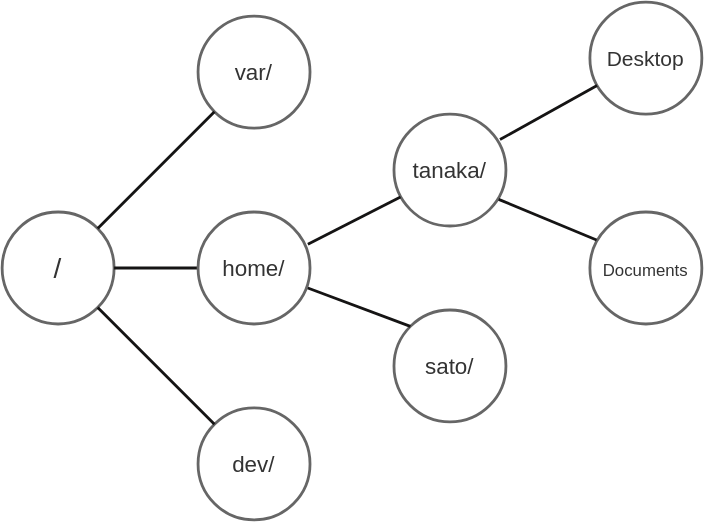
The draw.io diagram docs/3-web-servers/02-linux-commands/file-pass.drawio.svg in ut-code/utcode-learn, before a commit. Source tidied: cells renumbered, new cells last; positions are measured from the earlier drawing's top-left corner, leaving out a move shared by most shapes.
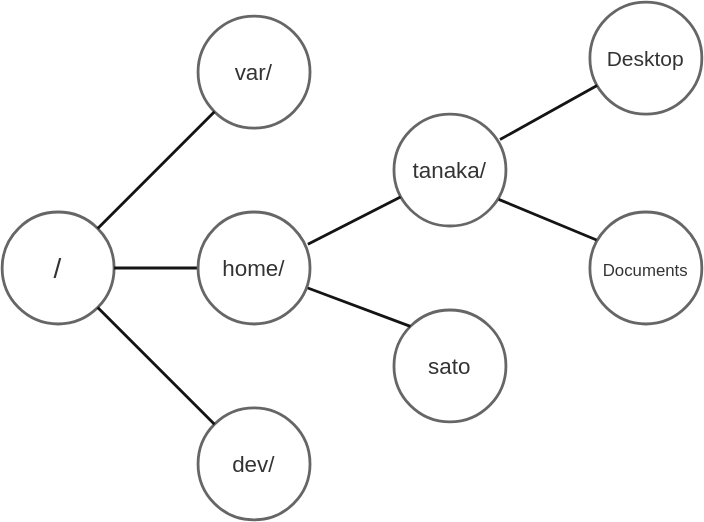
Later version of the same file.

Commit message:
satoの後ろの"/"を削除

The edit, as a diff of the source:
```diff
@@ -14,7 +14,7 @@
     <mxCell id="5" value="tanaka/" style="ellipse;whiteSpace=wrap;html=1;fillColor=none;fontColor=#333333;strokeColor=#666666;strokeWidth=2;fontSize=16;" parent="1" vertex="1">
       <mxGeometry x="280" y="80" width="80" height="80" as="geometry" />
     </mxCell>
-    <mxCell id="6" value="sato/" style="ellipse;whiteSpace=wrap;html=1;fillColor=none;fontColor=#333333;strokeColor=#666666;strokeWidth=2;fontSize=16;" parent="1" vertex="1">
+    <mxCell id="6" value="sato" style="ellipse;whiteSpace=wrap;html=1;fillColor=none;fontColor=#333333;strokeColor=#666666;strokeWidth=2;fontSize=16;" parent="1" vertex="1">
       <mxGeometry x="280" y="220" width="80" height="80" as="geometry" />
     </mxCell>
     <mxCell id="7" value="var/" style="ellipse;whiteSpace=wrap;html=1;fillColor=none;fontColor=#333333;strokeColor=#666666;strokeWidth=2;fontSize=16;" parent="1" vertex="1">
```
